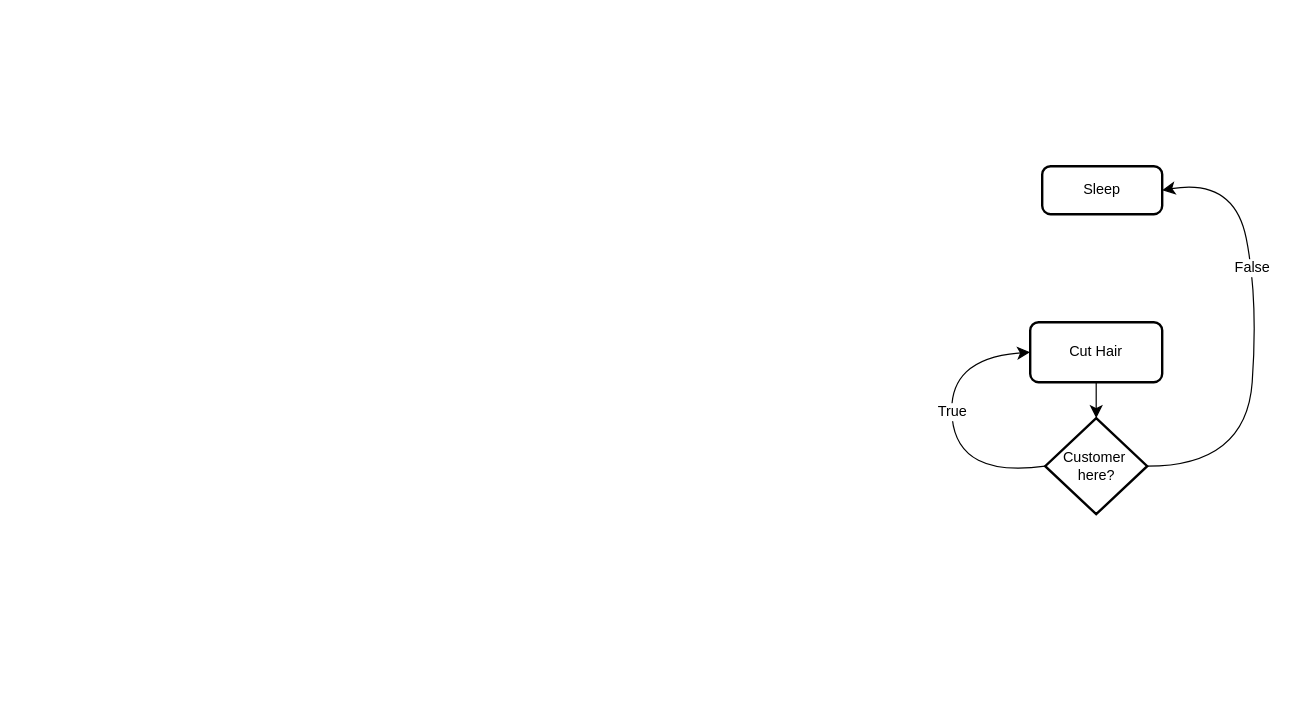
Before: SleepingBarber.drawio in mPyle05/DistributedOperatingSystems, a draw.io diagram. Source tidied: cells renumbered, new cells numbered last; positions are measured from the earlier drawing's top-left corner, leaving out a move shared by most shapes. Both pictures are drawn from the tidied source at 120%, with x=0, y=0 at pixel (946, 166).
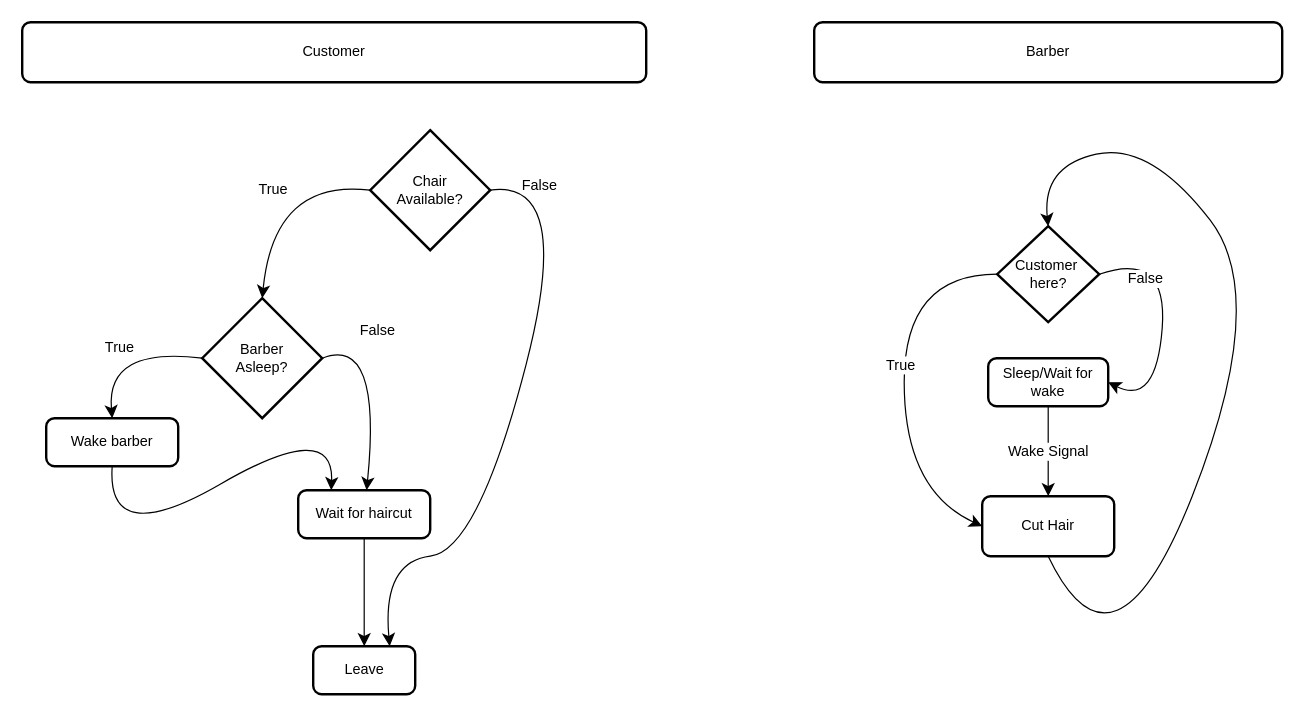
The same page after the edit.

Diff of the diagram source:
```diff
@@
+    <mxCell id="9" value="Barber" style="rounded=1;whiteSpace=wrap;html=1;absoluteArcSize=1;arcSize=14;strokeWidth=2;" parent="1" vertex="1">
+      <mxGeometry x="-110" y="-120" width="390" height="50" as="geometry" />
+    </mxCell>
     <mxCell id="2" value="Cut Hair" style="rounded=1;whiteSpace=wrap;html=1;absoluteArcSize=1;arcSize=14;strokeWidth=2;" parent="1" vertex="1">
-      <mxGeometry x="70" y="130" width="110" height="50" as="geometry" />
+      <mxGeometry x="30" y="275" width="110" height="50" as="geometry" />
     </mxCell>
     <mxCell id="3" style="edgeStyle=none;curved=1;rounded=0;curveGeometry=1;jettySize=auto;html=1;exitX=1;exitY=0.5;exitDx=0;exitDy=0;exitPerimeter=0;fontSize=12;defaultLabelBackgroundColor=page;startSize=8;endSize=8;startArrow=none;startFill=0;entryX=1;entryY=0.5;entryDx=0;entryDy=0;" parent="1" edge="1" source="5" target="8">
-      <mxGeometry x="0.04" relative="1" as="geometry">
+      <mxGeometry x="0.06" relative="1" as="geometry">
         <Array as="points">
-          <mxPoint x="250" y="250" />
-          <mxPoint x="260" y="110" />
-          <mxPoint x="240" y="10" />
+          <mxPoint x="185" y="70" />
+          <mxPoint x="175" y="200" />
         </Array>
       </mxGeometry>
     </mxCell>
     <mxCell id="4" value="&lt;div&gt;False&lt;/div&gt;" style="edgeLabel;html=1;align=center;verticalAlign=middle;inheritText=1;fontSize=12;defaultLabelBackgroundColor=page;" parent="3" vertex="1">
-      <mxGeometry x="0.29" relative="1" as="geometry" />
+      <mxGeometry x="0.24" relative="1" as="geometry">
+        <mxPoint x="-13" y="-61" as="offset" />
+      </mxGeometry>
     </mxCell>
     <mxCell id="5" value="&lt;div&gt;Customer&amp;nbsp;&lt;/div&gt;&lt;div&gt;here?&lt;/div&gt;" style="strokeWidth=2;html=1;shape=mxgraph.flowchart.decision;whiteSpace=wrap;" parent="1" vertex="1">
-      <mxGeometry x="82.5" y="210" width="85" height="80" as="geometry" />
+      <mxGeometry x="42.5" y="50" width="85" height="80" as="geometry" />
     </mxCell>
+    <mxCell id="7" value="&lt;div&gt;True&lt;/div&gt;" style="endArrow=classic;html=1;rounded=0;fontSize=12;defaultLabelBackgroundColor=page;startSize=8;endSize=8;curved=1;entryX=0;entryY=0.5;entryDx=0;entryDy=0;exitX=0;exitY=0.5;exitDx=0;exitDy=0;exitPerimeter=0;" parent="1" edge="1" source="5" target="2">
+      <mxGeometry x="-0.07" y="-3.43" relative="1" as="geometry">
+        <Array as="points">
+          <mxPoint x="-35" y="90" />
+          <mxPoint x="-35" y="270" />
+        </Array>
+      </mxGeometry>
+    </mxCell>
+    <mxCell id="10" value="Wake Signal" style="edgeStyle=none;curved=1;rounded=0;curveGeometry=1;jettySize=auto;html=1;fontSize=12;defaultLabelBackgroundColor=page;startSize=8;endSize=8;" parent="1" edge="1" source="8" target="2">
+      <mxGeometry relative="1" as="geometry" />
+    </mxCell>
+    <mxCell id="8" value="Sleep/Wait for wake" style="rounded=1;whiteSpace=wrap;html=1;absoluteArcSize=1;arcSize=14;strokeWidth=2;" parent="1" vertex="1">
+      <mxGeometry x="35" y="160" width="100" height="40" as="geometry" />
+    </mxCell>
+    <mxCell id="11" value="Customer" style="rounded=1;whiteSpace=wrap;html=1;absoluteArcSize=1;arcSize=14;strokeWidth=2;" parent="1" vertex="1">
+      <mxGeometry x="-770" y="-120" width="520" height="50" as="geometry" />
+    </mxCell>
+    <mxCell id="12" value="False" style="edgeStyle=none;curved=1;rounded=0;curveGeometry=1;jettySize=auto;html=1;fontSize=12;defaultLabelBackgroundColor=page;startSize=8;endSize=8;entryX=0.75;entryY=0;entryDx=0;entryDy=0;exitX=1;exitY=0.5;exitDx=0;exitDy=0;exitPerimeter=0;" parent="1" edge="1" source="13" target="14">
+      <mxGeometry x="-0.85" y="-2" relative="1" as="geometry">
+        <Array as="points">
+          <mxPoint x="-310" y="10" />
+          <mxPoint x="-390" y="320" />
+          <mxPoint x="-470" y="330" />
+        </Array>
+      </mxGeometry>
+    </mxCell>
+    <mxCell id="13" value="&lt;div&gt;Chair&lt;/div&gt;&lt;div&gt;Available?&lt;/div&gt;" style="strokeWidth=2;html=1;shape=mxgraph.flowchart.decision;whiteSpace=wrap;" parent="1" vertex="1">
+      <mxGeometry x="-480" y="-30" width="100" height="100" as="geometry" />
+    </mxCell>
-    <mxCell id="6" style="edgeStyle=none;curved=1;rounded=0;curveGeometry=1;jettySize=auto;html=1;entryX=0.5;entryY=0;entryDx=0;entryDy=0;entryPerimeter=0;fontSize=12;defaultLabelBackgroundColor=page;startSize=8;endSize=8;" parent="1" edge="1" source="2" target="5">
-      <mxGeometry relative="1" as="geometry" />
+    <mxCell id="6" style="edgeStyle=none;curved=1;rounded=0;curveGeometry=1;jettySize=auto;html=1;exitX=0.5;exitY=1;exitDx=0;exitDy=0;entryX=0.5;entryY=0;entryDx=0;entryDy=0;entryPerimeter=0;fontSize=12;defaultLabelBackgroundColor=page;startSize=8;endSize=8;" parent="1" edge="1" source="2" target="5">
+      <mxGeometry x="-0.15" relative="1" as="geometry">
+        <Array as="points">
+          <mxPoint x="140" y="440" />
+          <mxPoint x="270" y="110" />
+          <mxPoint x="170" y="-20" />
+          <mxPoint x="80" />
+        </Array>
+      </mxGeometry>
     </mxCell>
-    <mxCell id="7" value="&lt;div&gt;True&lt;/div&gt;" style="endArrow=classic;html=1;rounded=0;fontSize=12;defaultLabelBackgroundColor=page;startSize=8;endSize=8;curved=1;entryX=0;entryY=0.5;entryDx=0;entryDy=0;exitX=0;exitY=0.5;exitDx=0;exitDy=0;exitPerimeter=0;" parent="1" edge="1" source="5" target="2">
-      <mxGeometry x="0.05" relative="1" as="geometry">
-        <Array as="points">
-          <mxPoint x="10" y="260" />
-          <mxPoint y="160" />
-        </Array>
-      </mxGeometry>
-    </mxCell>
-    <mxCell id="8" value="Sleep" style="rounded=1;whiteSpace=wrap;html=1;absoluteArcSize=1;arcSize=14;strokeWidth=2;" parent="1" vertex="1">
-      <mxGeometry x="80" width="100" height="40" as="geometry" />
-    </mxCell>
+    <mxCell id="14" value="Leave" style="rounded=1;whiteSpace=wrap;html=1;absoluteArcSize=1;arcSize=14;strokeWidth=2;" parent="1" vertex="1">
+      <mxGeometry x="-527.5" y="400" width="85" height="40" as="geometry" />
+    </mxCell>
+    <mxCell id="15" value="False" style="edgeStyle=none;curved=1;rounded=0;curveGeometry=1;jettySize=auto;html=1;fontSize=12;defaultLabelBackgroundColor=page;startSize=8;endSize=8;exitX=1;exitY=0.5;exitDx=0;exitDy=0;exitPerimeter=0;" parent="1" edge="1" source="17" target="20">
+      <mxGeometry x="-0.45" y="4" relative="1" as="geometry">
+        <Array as="points">
+          <mxPoint x="-470" y="140" />
+        </Array>
+      </mxGeometry>
+    </mxCell>
+    <mxCell id="16" value="True" style="edgeStyle=none;curved=1;rounded=0;curveGeometry=1;jettySize=auto;html=1;exitX=0;exitY=0.5;exitDx=0;exitDy=0;exitPerimeter=0;entryX=0.5;entryY=0;entryDx=0;entryDy=0;fontSize=12;defaultLabelBackgroundColor=page;startSize=8;endSize=8;" parent="1" edge="1" source="17" target="22">
+      <mxGeometry relative="1" as="geometry">
+        <Array as="points">
+          <mxPoint x="-700" y="150" />
+        </Array>
+      </mxGeometry>
+    </mxCell>
+    <mxCell id="17" value="&lt;div&gt;Barber&lt;/div&gt;&lt;div&gt;Asleep?&lt;/div&gt;" style="strokeWidth=2;html=1;shape=mxgraph.flowchart.decision;whiteSpace=wrap;" parent="1" vertex="1">
+      <mxGeometry x="-620" y="110" width="100" height="100" as="geometry" />
+    </mxCell>
+    <mxCell id="18" value="True" style="edgeStyle=none;curved=1;rounded=0;curveGeometry=1;jettySize=auto;html=1;exitX=0;exitY=0.5;exitDx=0;exitDy=0;exitPerimeter=0;entryX=0.5;entryY=0;entryDx=0;entryDy=0;entryPerimeter=0;fontSize=12;defaultLabelBackgroundColor=page;startSize=8;endSize=8;" parent="1" edge="1" source="13" target="17">
+      <mxGeometry relative="1" as="geometry">
+        <Array as="points">
+          <mxPoint x="-560" y="10" />
+        </Array>
+      </mxGeometry>
+    </mxCell>
+    <mxCell id="19" style="edgeStyle=none;curved=1;rounded=0;curveGeometry=1;jettySize=auto;html=1;entryX=0.5;entryY=0;entryDx=0;entryDy=0;fontSize=12;defaultLabelBackgroundColor=page;startSize=8;endSize=8;" parent="1" edge="1" source="20" target="14">
+      <mxGeometry relative="1" as="geometry" />
+    </mxCell>
+    <mxCell id="20" value="Wait for haircut" style="rounded=1;whiteSpace=wrap;html=1;absoluteArcSize=1;arcSize=14;strokeWidth=2;" parent="1" vertex="1">
+      <mxGeometry x="-540" y="270" width="110" height="40" as="geometry" />
+    </mxCell>
+    <mxCell id="21" style="edgeStyle=none;curved=1;rounded=0;curveGeometry=1;jettySize=auto;html=1;entryX=0.25;entryY=0;entryDx=0;entryDy=0;fontSize=12;defaultLabelBackgroundColor=page;startSize=8;endSize=8;exitX=0.5;exitY=1;exitDx=0;exitDy=0;" parent="1" edge="1" source="22" target="20">
+      <mxGeometry relative="1" as="geometry">
+        <Array as="points">
+          <mxPoint x="-700" y="320" />
+          <mxPoint x="-510" y="210" />
+        </Array>
+      </mxGeometry>
+    </mxCell>
+    <mxCell id="22" value="Wake barber" style="rounded=1;whiteSpace=wrap;html=1;absoluteArcSize=1;arcSize=14;strokeWidth=2;" parent="1" vertex="1">
+      <mxGeometry x="-750" y="210" width="110" height="40" as="geometry" />
+    </mxCell>
```
